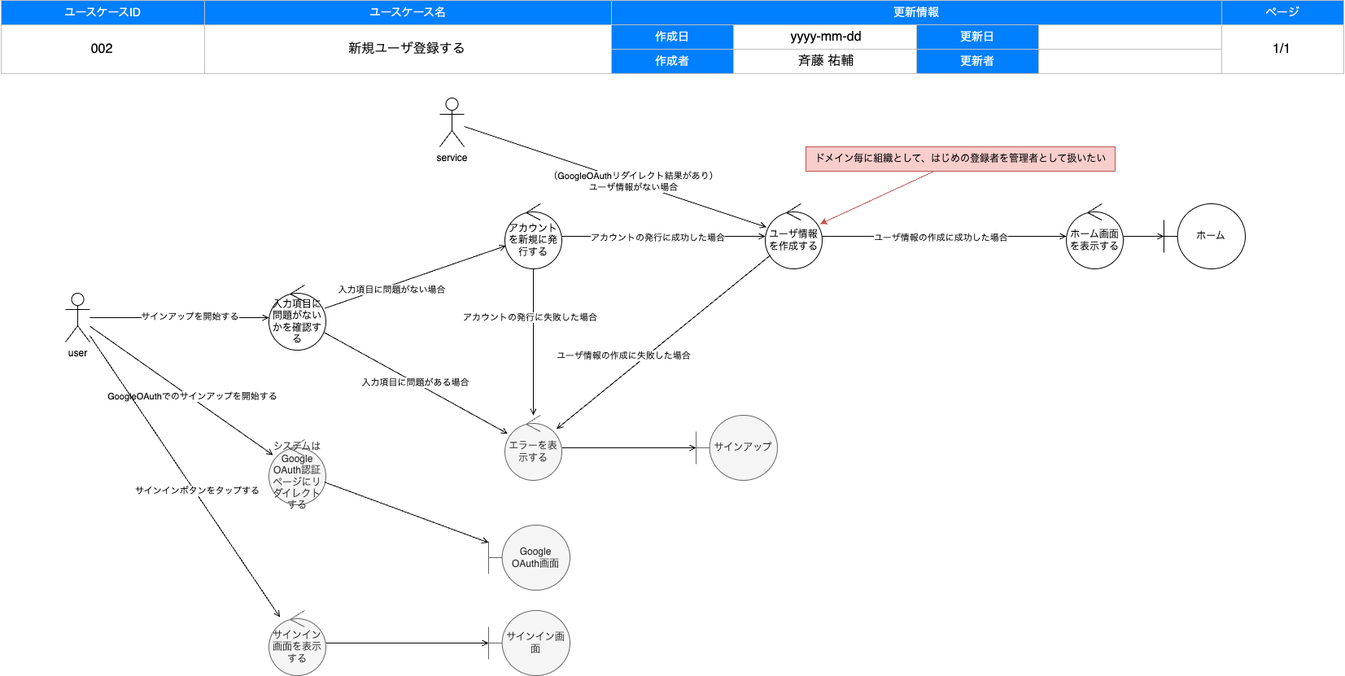
uskithub/CABoilerplate keeps this draw.io diagram as documents/nobody/002_signUp.drawio.png. Above is the earlier version. Source tidied: cells renumbered, new cells last; positions are measured from the earlier drawing's top-left corner, leaving out a move shared by most shapes.
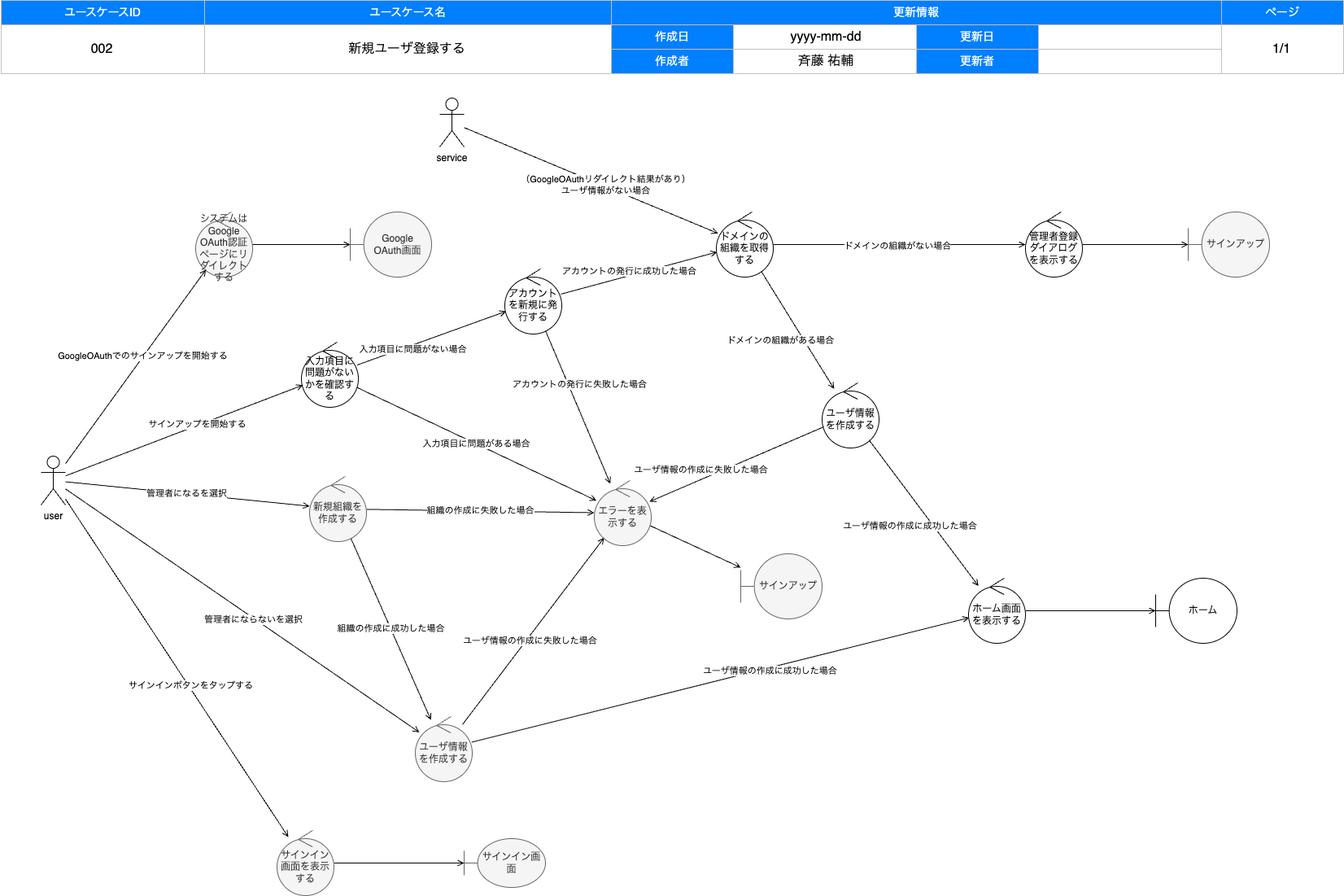
Above is the later version.

The edit, as a diff of the source:
```diff
@@ -84,7 +84,7 @@
       </mxGeometry>
     </mxCell>
     <mxCell id="29" value="入力項目に問題がないかを確認する" style="ellipse;shape=umlControl;whiteSpace=wrap;html=1;" parent="24" vertex="1">
-      <mxGeometry x="330" y="350" width="70" height="80" as="geometry" />
+      <mxGeometry x="370" y="420" width="70" height="80" as="geometry" />
     </mxCell>
     <mxCell id="30" style="edgeStyle=none;html=1;endArrow=open;endFill=0;" parent="24" edge="1" source="32" target="29">
       <mxGeometry relative="1" as="geometry" />
@@ -92,28 +92,37 @@
     <mxCell id="31" value="サインアップを開始する" style="edgeLabel;html=1;align=center;verticalAlign=middle;" parent="30" vertex="1">
       <mxGeometry x="0.11" y="2" relative="1" as="geometry" />
     </mxCell>
+    <mxCell id="64" value="管理者になるを選択" style="edgeStyle=none;html=1;endArrow=open;endFill=0;" parent="24" edge="1" source="32" target="77">
+      <mxGeometry relative="1" as="geometry" />
+    </mxCell>
+    <mxCell id="65" style="edgeStyle=none;html=1;endArrow=open;endFill=0;" parent="24" edge="1" source="32" target="82">
+      <mxGeometry relative="1" as="geometry" />
+    </mxCell>
+    <mxCell id="66" value="管理者にならないを選択" style="edgeLabel;html=1;align=center;verticalAlign=middle;" parent="65" vertex="1">
+      <mxGeometry x="0.06" y="-1" relative="1" as="geometry" />
+    </mxCell>
     <mxCell id="32" value="user" style="shape=umlActor;verticalLabelPosition=bottom;verticalAlign=top;html=1;" parent="24" vertex="1">
-      <mxGeometry x="80" y="360" width="30" height="60" as="geometry" />
+      <mxGeometry x="50" y="560" width="30" height="60" as="geometry" />
     </mxCell>
     <mxCell id="33" style="edgeStyle=none;html=1;endArrow=open;endFill=0;" parent="24" edge="1" source="34" target="37">
       <mxGeometry relative="1" as="geometry" />
     </mxCell>
     <mxCell id="34" value="ホーム画面を表示する" style="ellipse;shape=umlControl;whiteSpace=wrap;html=1;" parent="24" vertex="1">
-      <mxGeometry x="1310" y="250" width="70" height="80" as="geometry" />
+      <mxGeometry x="1190" y="710" width="70" height="80" as="geometry" />
     </mxCell>
     <mxCell id="35" style="edgeStyle=none;html=1;endArrow=open;endFill=0;" parent="24" edge="1" source="36" target="38">
       <mxGeometry relative="1" as="geometry" />
     </mxCell>
     <mxCell id="36" value="エラーを表示する" style="ellipse;shape=umlControl;whiteSpace=wrap;html=1;fillColor=#f5f5f5;strokeColor=#666666;fontColor=#333333;" parent="24" vertex="1">
-      <mxGeometry x="620" y="510" width="70" height="80" as="geometry" />
+      <mxGeometry x="730" y="590" width="70" height="80" as="geometry" />
     </mxCell>
     <mxCell id="37" value="ホーム" style="shape=umlBoundary;whiteSpace=wrap;html=1;" parent="24" vertex="1">
-      <mxGeometry x="1430" y="250" width="100" height="80" as="geometry" />
+      <mxGeometry x="1420" y="710" width="100" height="80" as="geometry" />
     </mxCell>
     <mxCell id="38" value="サインアップ" style="shape=umlBoundary;whiteSpace=wrap;html=1;fillColor=#f5f5f5;fontColor=#333333;strokeColor=#666666;" parent="24" vertex="1">
-      <mxGeometry x="855" y="510" width="100" height="80" as="geometry" />
+      <mxGeometry x="910" y="680" width="100" height="80" as="geometry" />
     </mxCell>
-    <mxCell id="39" style="edgeStyle=none;html=1;endArrow=open;endFill=0;" parent="24" edge="1" source="41" target="57">
+    <mxCell id="39" style="edgeStyle=none;html=1;endArrow=open;endFill=0;" parent="24" edge="1" source="41" target="67">
       <mxGeometry relative="1" as="geometry" />
     </mxCell>
     <mxCell id="40" value="アカウントの発行に成功した場合" style="edgeLabel;html=1;align=center;verticalAlign=middle;" parent="39" vertex="1">
@@ -122,7 +131,7 @@
       </mxGeometry>
     </mxCell>
     <mxCell id="41" value="アカウントを新規に発行する" style="ellipse;shape=umlControl;whiteSpace=wrap;html=1;" parent="24" vertex="1">
-      <mxGeometry x="620" y="250" width="70" height="80" as="geometry" />
+      <mxGeometry x="620" y="330" width="70" height="80" as="geometry" />
     </mxCell>
     <mxCell id="42" style="edgeStyle=none;html=1;endArrow=open;endFill=0;" parent="24" edge="1" source="41" target="36">
       <mxGeometry relative="1" as="geometry" />
@@ -133,7 +142,7 @@
       </mxGeometry>
     </mxCell>
     <mxCell id="44" value="システムはGoogle OAuth認証ページにリダイレクトする" style="ellipse;shape=umlControl;whiteSpace=wrap;html=1;fillColor=#f5f5f5;fontColor=#333333;strokeColor=#666666;" parent="24" vertex="1">
-      <mxGeometry x="330" y="540" width="70" height="80" as="geometry" />
+      <mxGeometry x="240" y="260" width="70" height="80" as="geometry" />
     </mxCell>
     <mxCell id="45" style="edgeStyle=none;html=1;endArrow=open;endFill=0;" parent="24" edge="1" source="32" target="44">
       <mxGeometry relative="1" as="geometry" />
@@ -142,7 +151,7 @@
       <mxGeometry x="0.11" y="2" relative="1" as="geometry" />
     </mxCell>
     <mxCell id="47" value="Google&lt;br&gt;OAuth画面" style="shape=umlBoundary;whiteSpace=wrap;html=1;fillColor=#f5f5f5;fontColor=#333333;strokeColor=#666666;" parent="24" vertex="1">
-      <mxGeometry x="600" y="645" width="100" height="80" as="geometry" />
+      <mxGeometry x="430" y="260" width="100" height="80" as="geometry" />
     </mxCell>
     <mxCell id="48" style="edgeStyle=none;html=1;endArrow=open;endFill=0;" parent="24" edge="1" source="44" target="47">
       <mxGeometry relative="1" as="geometry" />
@@ -151,7 +160,7 @@
       <mxGeometry relative="1" as="geometry" />
     </mxCell>
     <mxCell id="50" value="サインイン画面を表示する" style="ellipse;shape=umlControl;whiteSpace=wrap;html=1;fillColor=#f5f5f5;fontColor=#333333;strokeColor=#666666;" parent="24" vertex="1">
-      <mxGeometry x="330" y="750" width="70" height="80" as="geometry" />
+      <mxGeometry x="340" y="1020" width="70" height="80" as="geometry" />
     </mxCell>
     <mxCell id="51" style="edgeStyle=none;html=1;endArrow=open;endFill=0;" parent="24" edge="1" source="32" target="50">
       <mxGeometry relative="1" as="geometry" />
@@ -160,19 +169,19 @@
       <mxGeometry x="0.11" y="2" relative="1" as="geometry" />
     </mxCell>
     <mxCell id="53" value="サインイン画面" style="shape=umlBoundary;whiteSpace=wrap;html=1;fillColor=#f5f5f5;fontColor=#333333;strokeColor=#666666;" parent="24" vertex="1">
-      <mxGeometry x="600" y="750" width="100" height="80" as="geometry" />
+      <mxGeometry x="570" y="1030" width="100" height="60" as="geometry" />
     </mxCell>
     <mxCell id="54" value="service" style="shape=umlActor;verticalLabelPosition=bottom;verticalAlign=top;html=1;" parent="24" vertex="1">
       <mxGeometry x="540" y="120" width="30" height="60" as="geometry" />
     </mxCell>
-    <mxCell id="55" style="edgeStyle=none;html=1;endArrow=open;endFill=0;" parent="24" edge="1" source="54" target="57">
+    <mxCell id="55" style="edgeStyle=none;html=1;endArrow=open;endFill=0;" parent="24" edge="1" source="54" target="67">
       <mxGeometry relative="1" as="geometry" />
     </mxCell>
     <mxCell id="56" value="（GoogleOAuthリダイレクト結果があり）&lt;br&gt;ユーザ情報がない場合" style="edgeLabel;html=1;align=center;verticalAlign=middle;" parent="55" vertex="1">
       <mxGeometry x="0.11" y="2" relative="1" as="geometry" />
     </mxCell>
     <mxCell id="57" value="ユーザ情報を作成する" style="ellipse;shape=umlControl;whiteSpace=wrap;html=1;" parent="24" vertex="1">
-      <mxGeometry x="940" y="250" width="70" height="80" as="geometry" />
+      <mxGeometry x="1010" y="470" width="70" height="80" as="geometry" />
     </mxCell>
     <mxCell id="58" style="edgeStyle=none;html=1;endArrow=open;endFill=0;" parent="24" edge="1" source="57" target="34">
       <mxGeometry relative="1" as="geometry" />
@@ -190,11 +199,59 @@
         <mxPoint x="-28" as="offset" />
       </mxGeometry>
     </mxCell>
-    <mxCell id="62" style="edgeStyle=none;html=1;fillColor=#f8cecc;strokeColor=#b85450;" parent="24" edge="1" source="63" target="57">
-      <mxGeometry relative="1" as="geometry" />
-    </mxCell>
-    <mxCell id="63" value="ドメイン毎に組織として、はじめの登録者を管理者として扱いたい" style="text;html=1;align=center;verticalAlign=middle;points=[];strokeColor=#b85450;fillColor=#f8cecc;" parent="24" vertex="1">
-      <mxGeometry x="990" y="180" width="380" height="30" as="geometry" />
-    </mxCell>
+    <mxCell id="67" value="ドメインの組織を取得する" style="ellipse;shape=umlControl;whiteSpace=wrap;html=1;" parent="24" vertex="1">
+      <mxGeometry x="880" y="260" width="70" height="80" as="geometry" />
+    </mxCell>
+    <mxCell id="68" style="edgeStyle=none;html=1;endArrow=open;endFill=0;" parent="24" edge="1" source="67" target="57">
+      <mxGeometry relative="1" as="geometry" />
+    </mxCell>
+    <mxCell id="69" value="ドメインの組織がある場合" style="edgeLabel;html=1;align=center;verticalAlign=middle;" parent="68" vertex="1">
+      <mxGeometry x="0.16" y="-1" relative="1" as="geometry">
+        <mxPoint x="-28" as="offset" />
+      </mxGeometry>
+    </mxCell>
+    <mxCell id="70" style="edgeStyle=none;html=1;endArrow=open;endFill=0;" parent="24" edge="1" source="67" target="73">
+      <mxGeometry relative="1" as="geometry" />
+    </mxCell>
+    <mxCell id="71" value="ドメインの組織がない場合" style="edgeLabel;html=1;align=center;verticalAlign=middle;" parent="70" vertex="1">
+      <mxGeometry x="0.16" y="-1" relative="1" as="geometry">
+        <mxPoint x="-28" as="offset" />
+      </mxGeometry>
+    </mxCell>
+    <mxCell id="72" style="edgeStyle=none;html=1;endArrow=open;endFill=0;" parent="24" edge="1" source="73" target="74">
+      <mxGeometry relative="1" as="geometry" />
+    </mxCell>
+    <mxCell id="73" value="管理者登録ダイアログを表示する" style="ellipse;shape=umlControl;whiteSpace=wrap;html=1;" parent="24" vertex="1">
+      <mxGeometry x="1260" y="260" width="70" height="80" as="geometry" />
+    </mxCell>
+    <mxCell id="74" value="サインアップ" style="shape=umlBoundary;whiteSpace=wrap;html=1;fillColor=#f5f5f5;fontColor=#333333;strokeColor=#666666;" parent="24" vertex="1">
+      <mxGeometry x="1460" y="260" width="100" height="80" as="geometry" />
+    </mxCell>
+    <mxCell id="75" value="組織の作成に成功した場合" style="edgeStyle=none;html=1;endArrow=open;endFill=0;" parent="24" edge="1" source="77" target="82">
+      <mxGeometry relative="1" as="geometry" />
+    </mxCell>
+    <mxCell id="76" value="組織の作成に失敗した場合" style="edgeStyle=none;html=1;endArrow=open;endFill=0;" parent="24" edge="1" source="77" target="36">
+      <mxGeometry relative="1" as="geometry" />
+    </mxCell>
+    <mxCell id="77" value="新規組織を作成する" style="ellipse;shape=umlControl;whiteSpace=wrap;html=1;fillColor=#f5f5f5;fontColor=#333333;strokeColor=#666666;" parent="24" vertex="1">
+      <mxGeometry x="380" y="585" width="70" height="80" as="geometry" />
+    </mxCell>
+    <mxCell id="78" style="edgeStyle=none;html=1;endArrow=open;endFill=0;" parent="24" edge="1" source="82" target="34">
+      <mxGeometry relative="1" as="geometry" />
+    </mxCell>
+    <mxCell id="79" value="ユーザ情報の作成に成功した場合" style="edgeLabel;html=1;align=center;verticalAlign=middle;" parent="78" vertex="1">
+      <mxGeometry x="0.19" y="-3" relative="1" as="geometry" />
+    </mxCell>
+    <mxCell id="80" style="edgeStyle=none;html=1;endArrow=open;endFill=0;" parent="24" edge="1" source="82" target="36">
+      <mxGeometry relative="1" as="geometry" />
+    </mxCell>
+    <mxCell id="81" value="ユーザ情報の作成に失敗した場合" style="edgeLabel;html=1;align=center;verticalAlign=middle;" parent="80" vertex="1">
+      <mxGeometry x="-0.09" y="-2" relative="1" as="geometry">
+        <mxPoint x="1" as="offset" />
+      </mxGeometry>
+    </mxCell>
+    <mxCell id="82" value="ユーザ情報を作成する" style="ellipse;shape=umlControl;whiteSpace=wrap;html=1;fillColor=#f5f5f5;fontColor=#333333;strokeColor=#666666;" parent="24" vertex="1">
+      <mxGeometry x="510" y="880" width="70" height="80" as="geometry" />
+    </mxCell>
   </root>
 </mxGraphModel>
```
